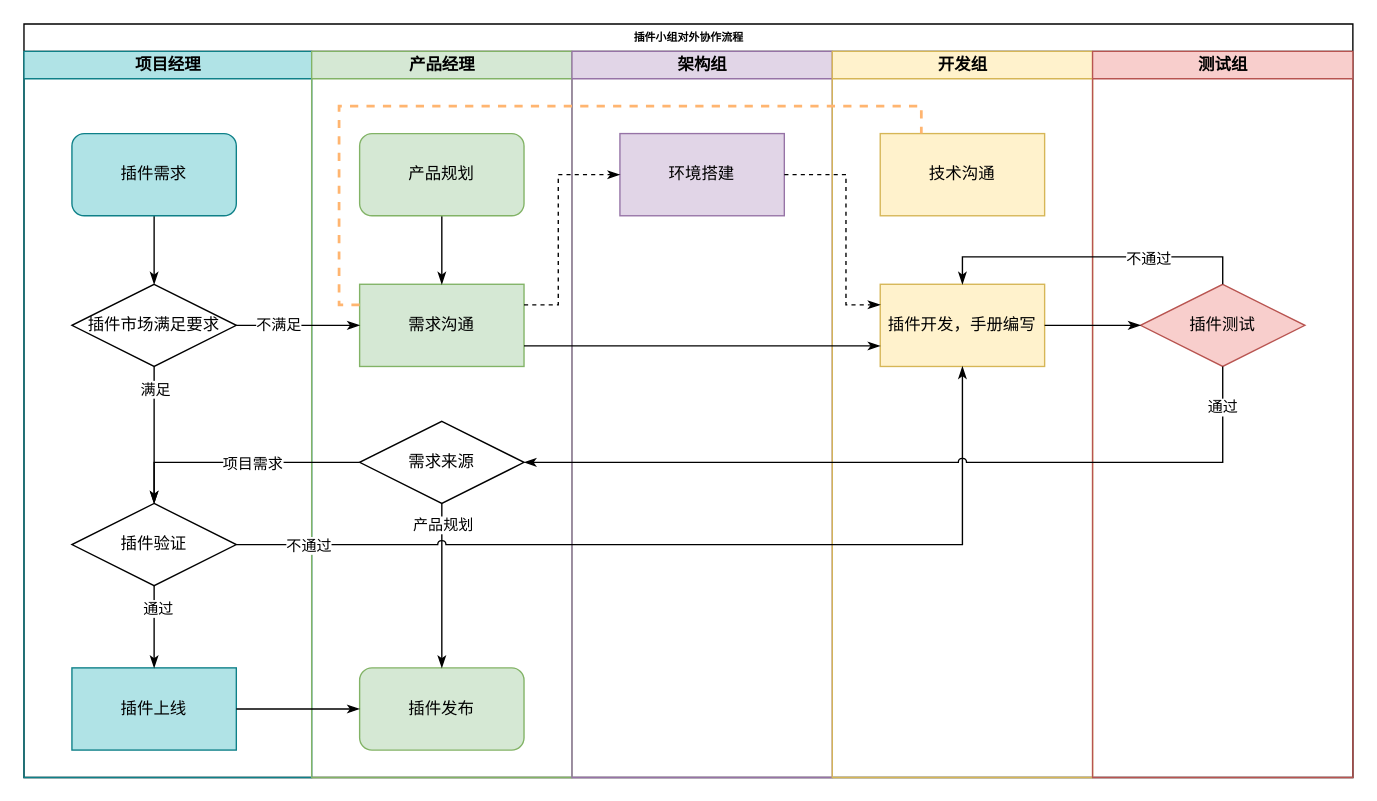
chliang916/ceshi keeps this draw.io diagram as 简化版.drawio. Above is the earlier version. Source tidied: cells renumbered, new cells numbered last; positions are measured from the earlier drawing's top-left corner, leaving out a move shared by most shapes. Both pictures are drawn from the tidied source at 137%, with x=0, y=0 at pixel (23, 23).
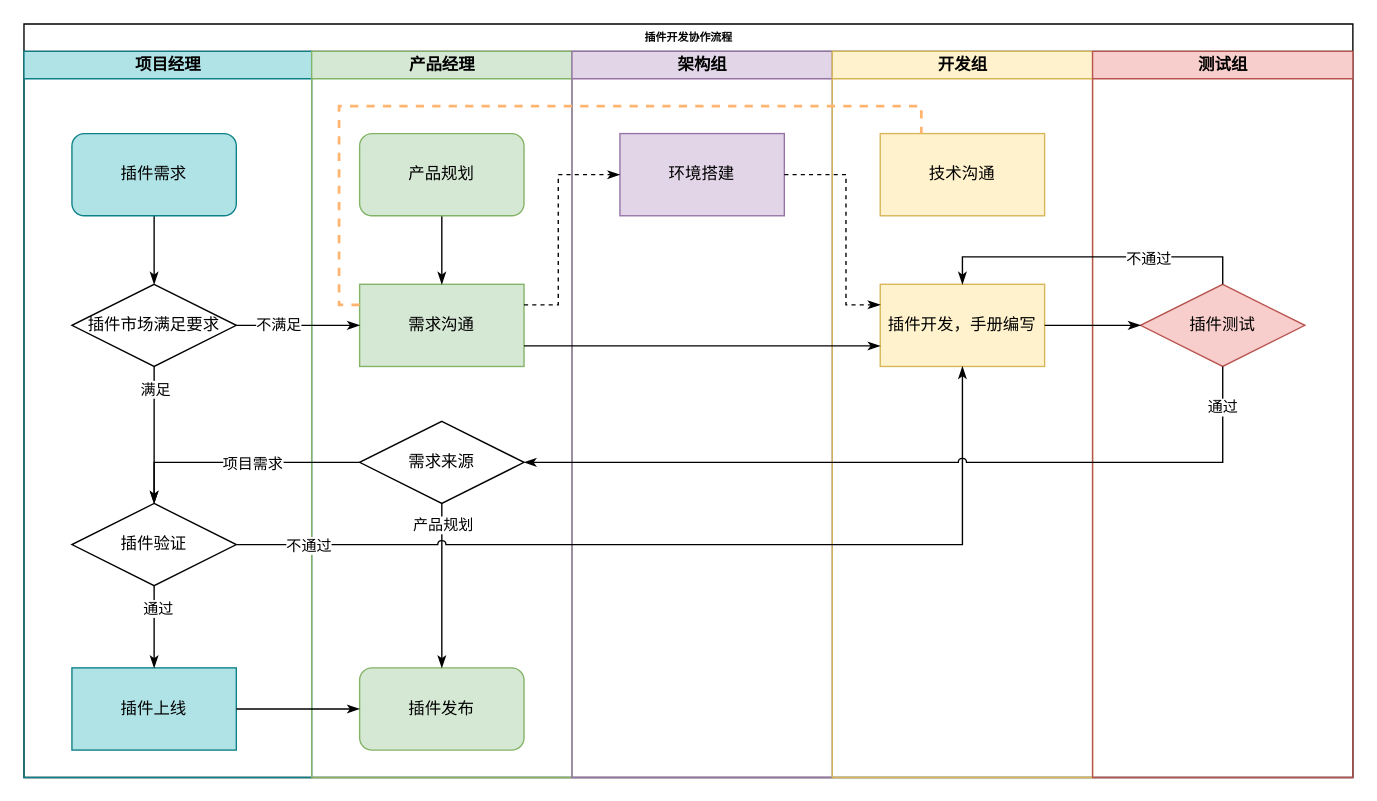
Above is the later version.

Change to the diagram source:
```diff
@@
-    <mxCell id="2" value="插件小组对外协作流程" style="swimlane;html=1;startSize=20;rounded=0;shadow=0;labelBackgroundColor=none;strokeWidth=1;fontFamily=Verdana;fontSize=8;align=center;direction=east;swimlaneFillColor=none;fillColor=default;strokeColor=default;fontColor=default;" parent="1" vertex="1">
+    <mxCell id="2" value="插件开发协作流程" style="swimlane;html=1;startSize=20;rounded=0;shadow=0;labelBackgroundColor=none;strokeWidth=1;fontFamily=Verdana;fontSize=8;align=center;direction=east;swimlaneFillColor=none;fillColor=default;strokeColor=default;fontColor=default;" parent="1" vertex="1">
       <mxGeometry width="970" height="550" as="geometry" />
     </mxCell>
```
